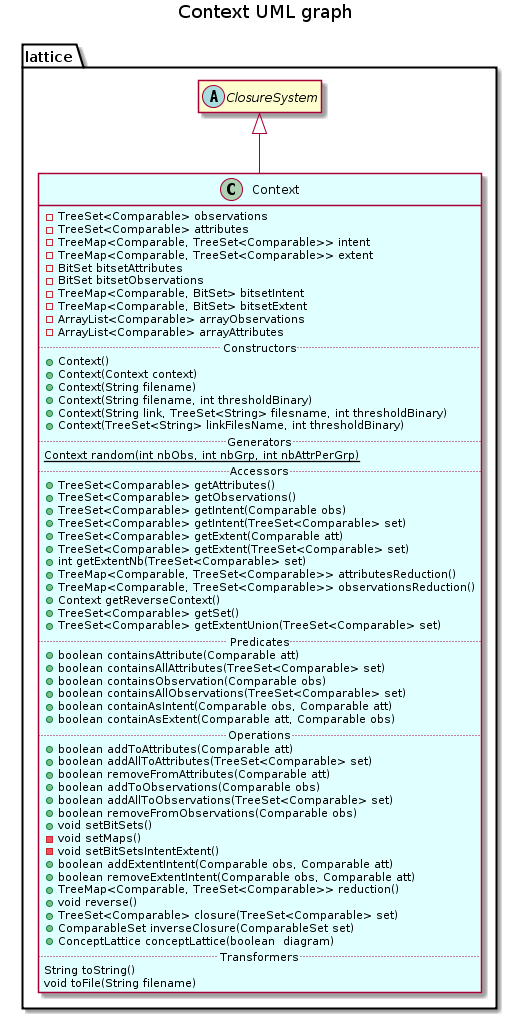
EstrellaRL/java-lattices keeps this PlantUML diagram as api/lattice/Context.png. Above is the earlier version.
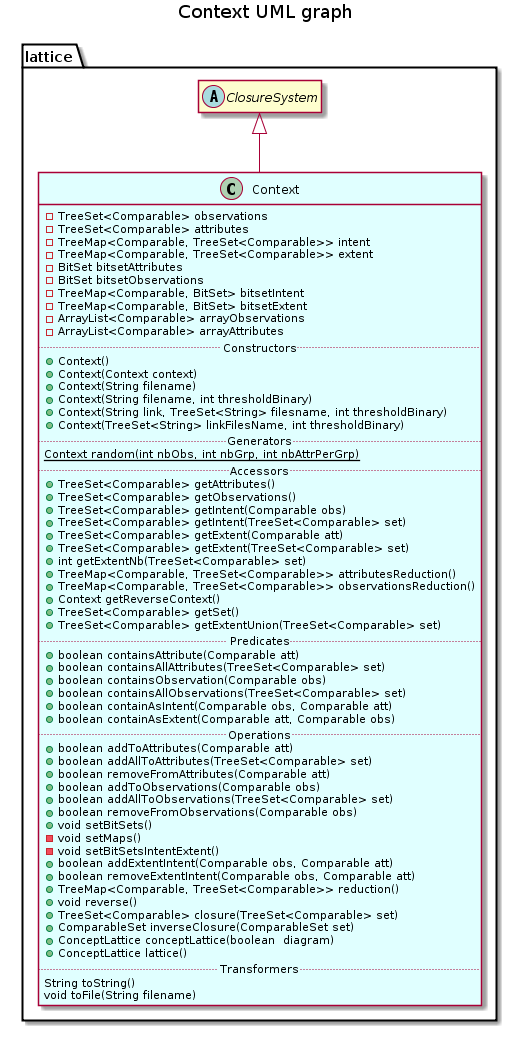
Above is the later version.

What changed in the source:
```diff
@@ -57,6 +57,7 @@
         +TreeSet<Comparable> closure(TreeSet<Comparable> set)
         +ComparableSet inverseClosure(ComparableSet set)
         +ConceptLattice conceptLattice(boolean  diagram)
+        +ConceptLattice lattice()
         .. Transformers ..
         String toString()
         void toFile(String filename)
@@ -71,6 +72,7 @@
         +{abstract} void toFile(String file)
 
         +ConceptLattice closedSetLattice(boolean  diagram)
+        +ConceptLattice lattice()
         +Vector<Concept> allClosures()
         +Concept nextClosure(Concept cl)
         +DGraph precedenceGraph()
```
